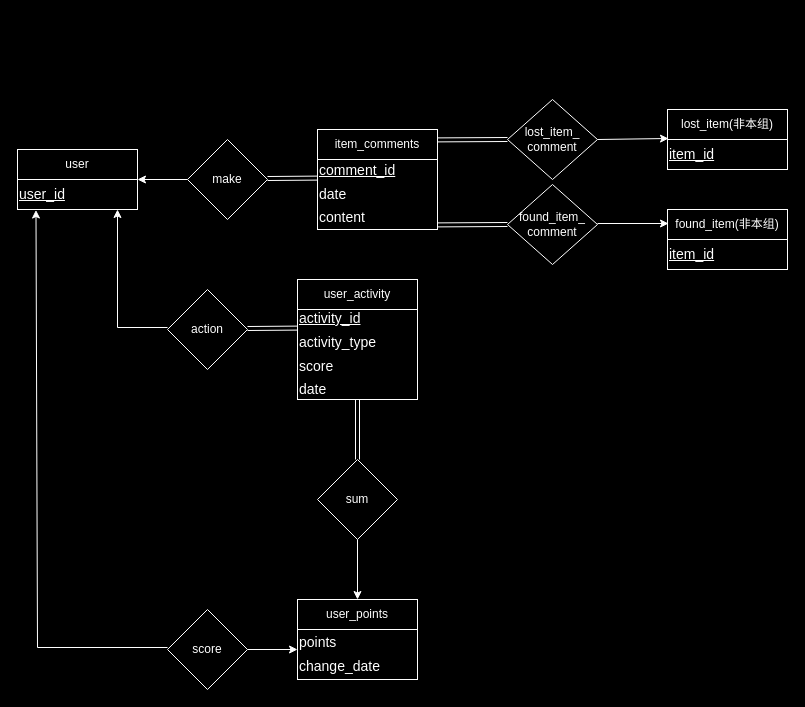
Earlier version of the draw.io diagram E-R图及设计文档/E-R图.drawio (LucasFrancis23213/DatabaseCourseDesign). Source tidied: cells renumbered, new cells numbered last; positions are measured from the earlier drawing's top-left corner, leaving out a move shared by most shapes. Both pictures are drawn from the tidied source at 100%, with x=0, y=0 at pixel (17, 99).
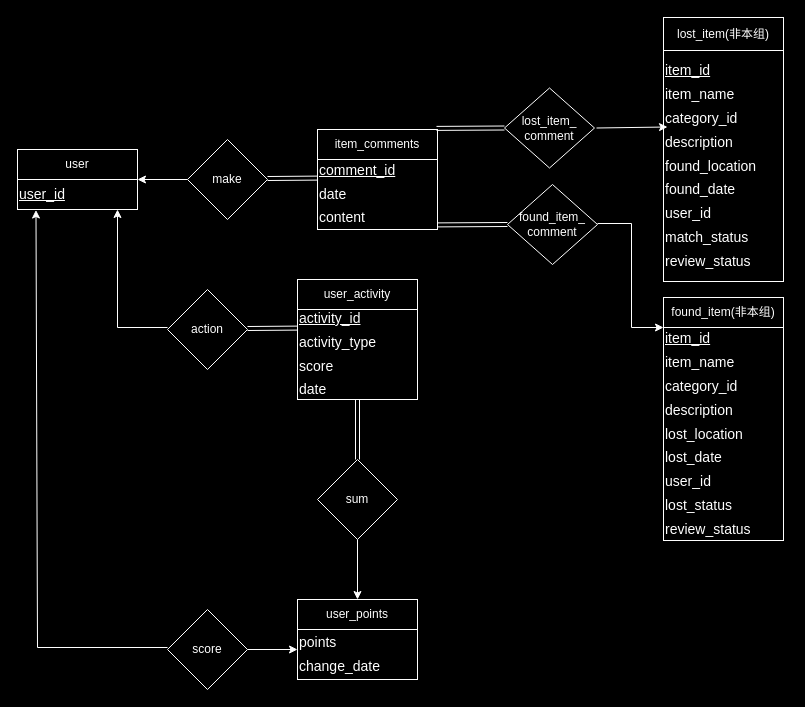
Above is the later version.

Diff of the diagram source:
```diff
@@
-    <mxCell id="6" value="&lt;div style=&quot;font-size: 14px; line-height: 170%;&quot;&gt;&lt;font style=&quot;font-size: 14px;&quot;&gt;&lt;u style=&quot;&quot;&gt;item_id&lt;/u&gt;&lt;/font&gt;&lt;/div&gt;" style="rounded=0;whiteSpace=wrap;html=1;align=left;labelBackgroundColor=none;strokeColor=#FFFFFF;fillColor=#000000;fontColor=#ffffff;" parent="1" vertex="1">
-      <mxGeometry x="650" y="40" width="120" height="30" as="geometry" />
+    <mxCell id="6" value="&lt;div style=&quot;font-size: 14px; line-height: 170%;&quot;&gt;&lt;font style=&quot;font-size: 14px;&quot;&gt;&lt;u style=&quot;&quot;&gt;item_id&lt;/u&gt;&lt;/font&gt;&lt;/div&gt;&lt;div style=&quot;font-size: 14px; line-height: 170%;&quot;&gt;item_name&lt;/div&gt;&lt;div style=&quot;font-size: 14px; line-height: 170%;&quot;&gt;category_id&lt;/div&gt;&lt;div style=&quot;font-size: 14px; line-height: 170%;&quot;&gt;description&lt;/div&gt;&lt;div style=&quot;font-size: 14px; line-height: 170%;&quot;&gt;found_location&lt;/div&gt;&lt;div style=&quot;font-size: 14px; line-height: 170%;&quot;&gt;found_date&lt;/div&gt;&lt;div style=&quot;font-size: 14px; line-height: 170%;&quot;&gt;user_id&lt;/div&gt;&lt;div style=&quot;font-size: 14px; line-height: 170%;&quot;&gt;match_status&lt;/div&gt;&lt;div style=&quot;font-size: 14px; line-height: 170%;&quot;&gt;review_status&lt;/div&gt;" style="rounded=0;whiteSpace=wrap;html=1;align=left;labelBackgroundColor=none;strokeColor=#FFFFFF;fillColor=#000000;fontColor=#ffffff;" parent="1" vertex="1">
+      <mxGeometry x="646" y="-49" width="120" height="231" as="geometry" />
     </mxCell>
     <mxCell id="7" value="lost_item(非本组)" style="rounded=0;whiteSpace=wrap;html=1;labelBackgroundColor=none;strokeColor=#FFFFFF;fillColor=#000000;fontColor=#ffffff;" parent="1" vertex="1">
-      <mxGeometry x="650" y="10" width="120" height="30" as="geometry" />
+      <mxGeometry x="646" y="-82" width="120" height="33" as="geometry" />
     </mxCell>
-    <mxCell id="8" value="&lt;div style=&quot;font-size: 14px; line-height: 170%;&quot;&gt;&lt;font style=&quot;font-size: 14px;&quot;&gt;&lt;u style=&quot;&quot;&gt;item_id&lt;/u&gt;&lt;/font&gt;&lt;/div&gt;" style="rounded=0;whiteSpace=wrap;html=1;align=left;labelBackgroundColor=none;strokeColor=#FFFFFF;fontColor=#ffffff;fillColor=#000000;" parent="1" vertex="1">
-      <mxGeometry x="650" y="140" width="120" height="30" as="geometry" />
+    <mxCell id="8" value="&lt;div style=&quot;font-size: 14px; line-height: 170%;&quot;&gt;&lt;font style=&quot;font-size: 14px;&quot;&gt;&lt;u style=&quot;&quot;&gt;item_id&lt;/u&gt;&lt;/font&gt;&lt;/div&gt;&lt;div style=&quot;font-size: 14px; line-height: 170%;&quot;&gt;&lt;font style=&quot;font-size: 14px;&quot;&gt;&lt;div style=&quot;line-height: 23.8px;&quot;&gt;item_name&lt;/div&gt;&lt;div style=&quot;line-height: 23.8px;&quot;&gt;category_id&lt;/div&gt;&lt;div style=&quot;line-height: 23.8px;&quot;&gt;description&lt;/div&gt;&lt;div style=&quot;line-height: 23.8px;&quot;&gt;lost_location&lt;/div&gt;&lt;div style=&quot;line-height: 23.8px;&quot;&gt;lost_date&lt;/div&gt;&lt;div style=&quot;line-height: 23.8px;&quot;&gt;user_id&lt;/div&gt;&lt;div style=&quot;line-height: 23.8px;&quot;&gt;lost_status&lt;/div&gt;&lt;div style=&quot;line-height: 23.8px;&quot;&gt;review_status&lt;/div&gt;&lt;/font&gt;&lt;/div&gt;" style="rounded=0;whiteSpace=wrap;html=1;align=left;labelBackgroundColor=none;strokeColor=#FFFFFF;fontColor=#ffffff;fillColor=#000000;" parent="1" vertex="1">
+      <mxGeometry x="646" y="228" width="120" height="213" as="geometry" />
     </mxCell>
     <mxCell id="9" value="found_item(非本组)" style="rounded=0;whiteSpace=wrap;html=1;labelBackgroundColor=none;strokeColor=#FFFFFF;fontColor=#ffffff;fillColor=#000000;" parent="1" vertex="1">
-      <mxGeometry x="650" y="110" width="120" height="30" as="geometry" />
+      <mxGeometry x="646" y="198" width="120" height="30" as="geometry" />
     </mxCell>
@@
     <mxCell id="12" value="lost_item_&lt;div&gt;comment&lt;/div&gt;" style="rhombus;whiteSpace=wrap;html=1;labelBackgroundColor=none;strokeColor=#FFFFFF;fillColor=#000000;fontColor=#ffffff;" parent="1" vertex="1">
-      <mxGeometry x="490" width="90" height="80" as="geometry" />
+      <mxGeometry x="487" y="-11.5" width="90" height="80" as="geometry" />
     </mxCell>
     <mxCell id="13" style="endArrow=classic;html=1;rounded=0;entryX=0;entryY=0.75;entryDx=0;entryDy=0;labelBackgroundColor=none;strokeColor=#FFFFFF;fontColor=#ffffff;" parent="1" edge="1">
       <mxGeometry relative="1" as="geometry">
-        <mxPoint x="580" y="40" as="sourcePoint" />
-        <mxPoint x="651" y="39" as="targetPoint" />
+        <mxPoint x="579" y="28.5" as="sourcePoint" />
+        <mxPoint x="650" y="27.5" as="targetPoint" />
       </mxGeometry>
     </mxCell>
@@
     <mxCell id="15" style="shape=link;html=1;rounded=0;entryX=0;entryY=0.5;entryDx=0;entryDy=0;labelBackgroundColor=none;strokeColor=#FFFFFF;fontColor=#ffffff;" parent="1" edge="1" target="12">
       <mxGeometry relative="1" as="geometry">
-        <mxPoint x="420" y="40.4" as="sourcePoint" />
+        <mxPoint x="419" y="28.9" as="sourcePoint" />
       </mxGeometry>
     </mxCell>
@@
-    <mxCell id="17" style="endArrow=classic;html=1;rounded=0;entryX=0;entryY=0.75;entryDx=0;entryDy=0;labelBackgroundColor=none;strokeColor=#FFFFFF;fontColor=#ffffff;" parent="1" edge="1">
+    <mxCell id="17" style="endArrow=classic;html=1;rounded=0;entryX=0;entryY=1;entryDx=0;entryDy=0;labelBackgroundColor=none;strokeColor=#FFFFFF;fontColor=#ffffff;" parent="1" edge="1" target="9">
       <mxGeometry relative="1" as="geometry">
         <mxPoint x="580" y="124" as="sourcePoint" />
-        <mxPoint x="651" y="124" as="targetPoint" />
+        <Array as="points">
+          <mxPoint x="614" y="124" />
+          <mxPoint x="614" y="228" />
+        </Array>
       </mxGeometry>
     </mxCell>
```
